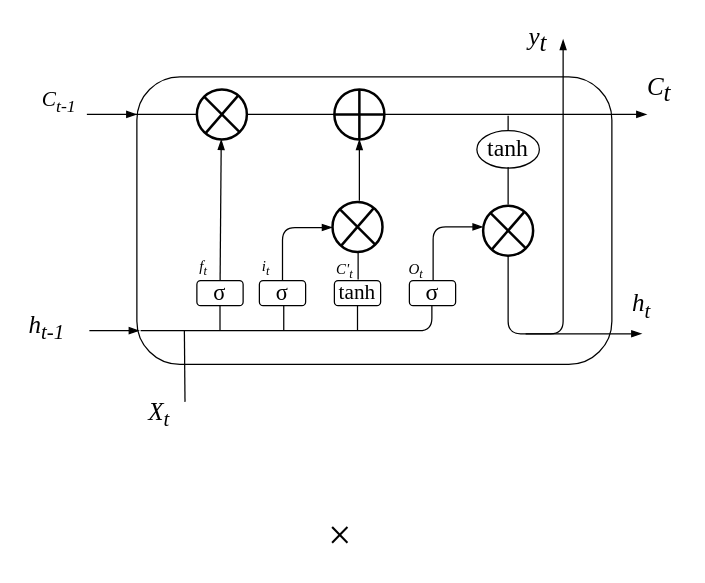
The draw.io diagram LSTMandGRU.drawio in ByronGe/ff, before the edit. Source tidied: cells renumbered, new cells numbered last; positions are measured from the earlier drawing's top-left corner, leaving out a move shared by most shapes. Both pictures are drawn from the tidied source at 125%, with x=0, y=0 at pixel (21, 26).
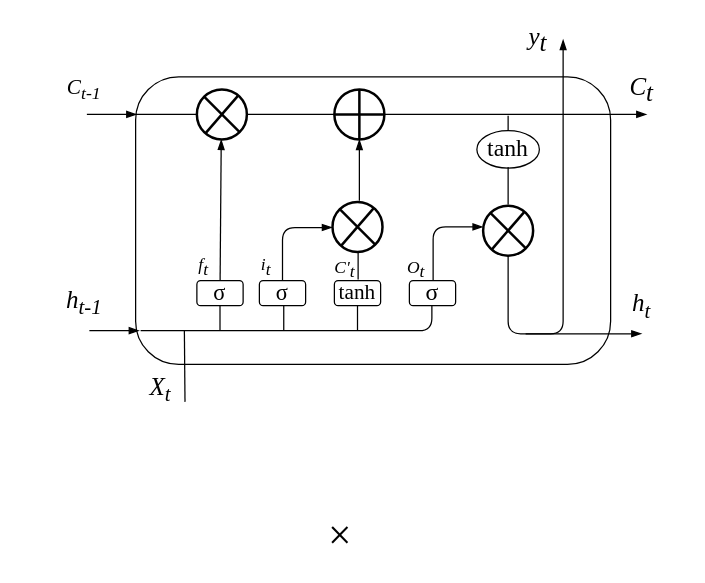
After the change.

The edit, as a diff of the source:
```diff
@@
     <mxCell id="2" style="rounded=1;whiteSpace=wrap;html=1;fillColor=none;strokeColor=#000000;strokeWidth=1;fontFamily=Times New Roman;fontStyle=2;" parent="1" vertex="1">
-      <mxGeometry x="92" y="40" width="380" height="230" as="geometry" />
+      <mxGeometry x="91" y="40" width="380" height="230" as="geometry" />
     </mxCell>
@@
-    <mxCell id="26" style="endArrow=none;html=1;strokeColor=#000000;strokeWidth=1;fontFamily=Times New Roman;fontStyle=2;" parent="1" edge="1">
+    <mxCell id="26" style="endArrow=none;html=1;strokeColor=#000000;strokeWidth=1;fontFamily=Times New Roman;fontStyle=2;fontSize=14;" parent="1" edge="1">
       <mxGeometry relative="1" as="geometry">
         <mxPoint x="269" y="202" as="sourcePoint" />
         <mxPoint x="269" y="180" as="targetPoint" />
       </mxGeometry>
     </mxCell>
     <mxCell id="27" value="&lt;font style=&quot;font-size: 20px&quot;&gt;X&lt;sub&gt;t&lt;/sub&gt;&lt;/font&gt;" style="text;html=1;strokeColor=none;fillColor=none;align=center;verticalAlign=middle;whiteSpace=wrap;rounded=0;fontFamily=Times New Roman;fontStyle=2;" parent="1" vertex="1">
-      <mxGeometry x="90" y="300" width="40" height="20" as="geometry" />
+      <mxGeometry x="91" y="280" width="40" height="20" as="geometry" />
     </mxCell>
     <mxCell id="28" value="&lt;font style=&quot;font-size: 17px&quot;&gt;C&lt;sub&gt;t-1&lt;/sub&gt;&lt;/font&gt;" style="text;html=1;strokeColor=none;fillColor=none;align=center;verticalAlign=middle;whiteSpace=wrap;rounded=0;fontFamily=Times New Roman;fontStyle=2;" parent="1" vertex="1">
-      <mxGeometry x="10" y="50" width="40" height="20" as="geometry" />
+      <mxGeometry x="30" y="40" width="40" height="20" as="geometry" />
     </mxCell>
     <mxCell id="29" value="&lt;font style=&quot;font-size: 20px&quot;&gt;h&lt;sub&gt;t-1&lt;/sub&gt;&lt;/font&gt;" style="text;html=1;strokeColor=none;fillColor=none;align=center;verticalAlign=middle;whiteSpace=wrap;rounded=0;fontFamily=Times New Roman;fontStyle=2;" parent="1" vertex="1">
-      <mxGeometry y="230" width="40" height="20" as="geometry" />
+      <mxGeometry x="30" y="210" width="40" height="20" as="geometry" />
     </mxCell>
     <mxCell id="30" value="C&lt;sub style=&quot;font-size: 20px;&quot;&gt;t&lt;/sub&gt;" style="text;html=1;strokeColor=none;fillColor=none;align=center;verticalAlign=middle;whiteSpace=wrap;rounded=0;fontSize=20;fontFamily=Times New Roman;fontStyle=2;" parent="1" vertex="1">
-      <mxGeometry x="490" y="40" width="40" height="20" as="geometry" />
+      <mxGeometry x="476" y="40" width="40" height="20" as="geometry" />
     </mxCell>
@@
-    <mxCell id="34" style="edgeStyle=segmentEdgeStyle;endArrow=blockThin;html=1;strokeWidth=1;endFill=1;fontFamily=Times New Roman;fontStyle=2;" parent="1" edge="1">
+    <mxCell id="34" style="edgeStyle=segmentEdgeStyle;endArrow=blockThin;html=1;strokeWidth=1;endFill=1;fontFamily=Times New Roman;fontStyle=2;fontSize=14;" parent="1" edge="1">
       <mxGeometry relative="1" as="geometry">
         <mxPoint x="208.5" y="203" as="sourcePoint" />
         <mxPoint x="248.5" y="160.5" as="targetPoint" />
         <Array as="points">
           <mxPoint x="208.5" y="161" />
         </Array>
       </mxGeometry>
     </mxCell>
@@
-    <mxCell id="46" value="&lt;font&gt;&lt;span&gt;f&lt;sub&gt;t&lt;/sub&gt;&lt;/span&gt;&lt;/font&gt;" style="text;html=1;align=center;verticalAlign=middle;fontFamily=Times New Roman;fontStyle=2;" parent="1" vertex="1">
-      <mxGeometry x="130" y="183" width="30" height="20" as="geometry" />
+    <mxCell id="46" value="&lt;font style=&quot;font-size: 14px;&quot;&gt;&lt;span style=&quot;font-size: 14px;&quot;&gt;f&lt;sub style=&quot;font-size: 14px;&quot;&gt;t&lt;/sub&gt;&lt;/span&gt;&lt;/font&gt;" style="text;html=1;align=center;verticalAlign=middle;fontFamily=Times New Roman;fontStyle=2;fontSize=14;" parent="1" vertex="1">
+      <mxGeometry x="130" y="178" width="30" height="30" as="geometry" />
     </mxCell>
-    <mxCell id="47" value="&lt;font&gt;&lt;span&gt;i&lt;sub&gt;t&lt;/sub&gt;&lt;/span&gt;&lt;/font&gt;" style="text;html=1;align=center;verticalAlign=middle;fontFamily=Times New Roman;fontStyle=2;" parent="1" vertex="1">
-      <mxGeometry x="180" y="183" width="30" height="20" as="geometry" />
+    <mxCell id="47" value="&lt;font style=&quot;font-size: 14px;&quot;&gt;&lt;span style=&quot;font-size: 14px;&quot;&gt;i&lt;sub style=&quot;font-size: 14px;&quot;&gt;t&lt;/sub&gt;&lt;/span&gt;&lt;/font&gt;" style="text;html=1;align=center;verticalAlign=middle;fontFamily=Times New Roman;fontStyle=2;fontSize=14;" parent="1" vertex="1">
+      <mxGeometry x="180" y="178" width="30" height="30" as="geometry" />
     </mxCell>
-    <mxCell id="48" value="&lt;font&gt;&lt;span&gt;C'&lt;sub&gt;t&lt;/sub&gt;&lt;/span&gt;&lt;/font&gt;" style="text;html=1;align=center;verticalAlign=middle;fontFamily=Times New Roman;fontStyle=2;" parent="1" vertex="1">
-      <mxGeometry x="238" y="185" width="40" height="20" as="geometry" />
+    <mxCell id="48" value="&lt;font style=&quot;font-size: 14px;&quot;&gt;&lt;span style=&quot;font-size: 14px;&quot;&gt;C'&lt;sub style=&quot;font-size: 14px;&quot;&gt;t&lt;/sub&gt;&lt;/span&gt;&lt;/font&gt;" style="text;html=1;align=center;verticalAlign=middle;fontFamily=Times New Roman;fontStyle=2;fontSize=14;" parent="1" vertex="1">
+      <mxGeometry x="238" y="180" width="40" height="30" as="geometry" />
     </mxCell>
-    <mxCell id="49" value="&lt;span&gt;&lt;font&gt;O&lt;sub&gt;t&lt;/sub&gt;&lt;/font&gt;&lt;/span&gt;" style="text;html=1;align=center;verticalAlign=middle;fontFamily=Times New Roman;fontStyle=2;" parent="1" vertex="1">
-      <mxGeometry x="300" y="185" width="30" height="20" as="geometry" />
+    <mxCell id="49" value="&lt;span style=&quot;font-size: 14px;&quot;&gt;&lt;font style=&quot;font-size: 14px;&quot;&gt;O&lt;sub style=&quot;font-size: 14px;&quot;&gt;t&lt;/sub&gt;&lt;/font&gt;&lt;/span&gt;" style="text;html=1;align=center;verticalAlign=middle;fontFamily=Times New Roman;fontStyle=2;fontSize=14;" parent="1" vertex="1">
+      <mxGeometry x="300" y="180" width="30" height="30" as="geometry" />
     </mxCell>
```
